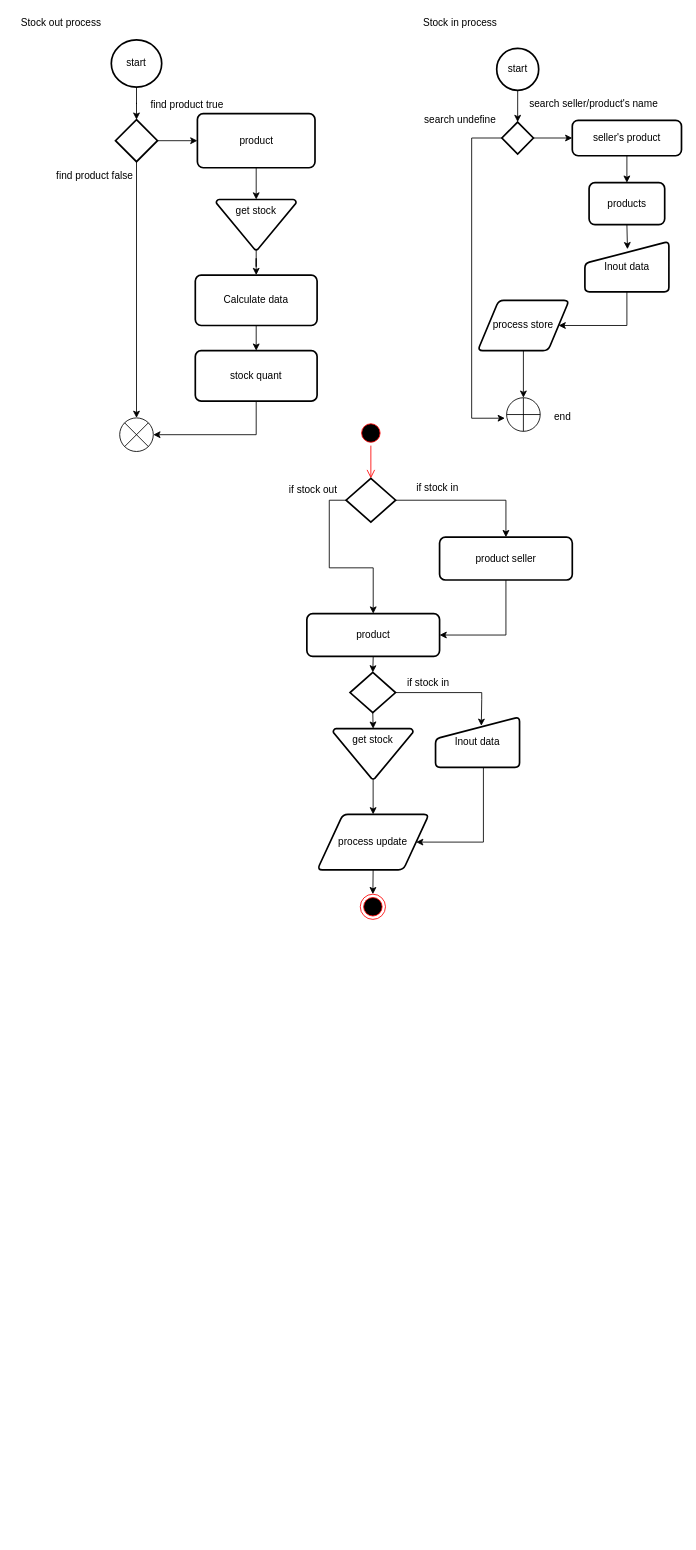
Above: page "Page-6" (6 of 6) of SeviceHandler.drawio in iphearum/Documents (draw.io), before the change. Source tidied: cells renumbered, new cells numbered last; positions are measured from the earlier drawing's top-left corner, leaving out a move shared by most shapes. Both pictures are drawn from the tidied source at 84%, with x=0, y=0 at pixel (14, 14).
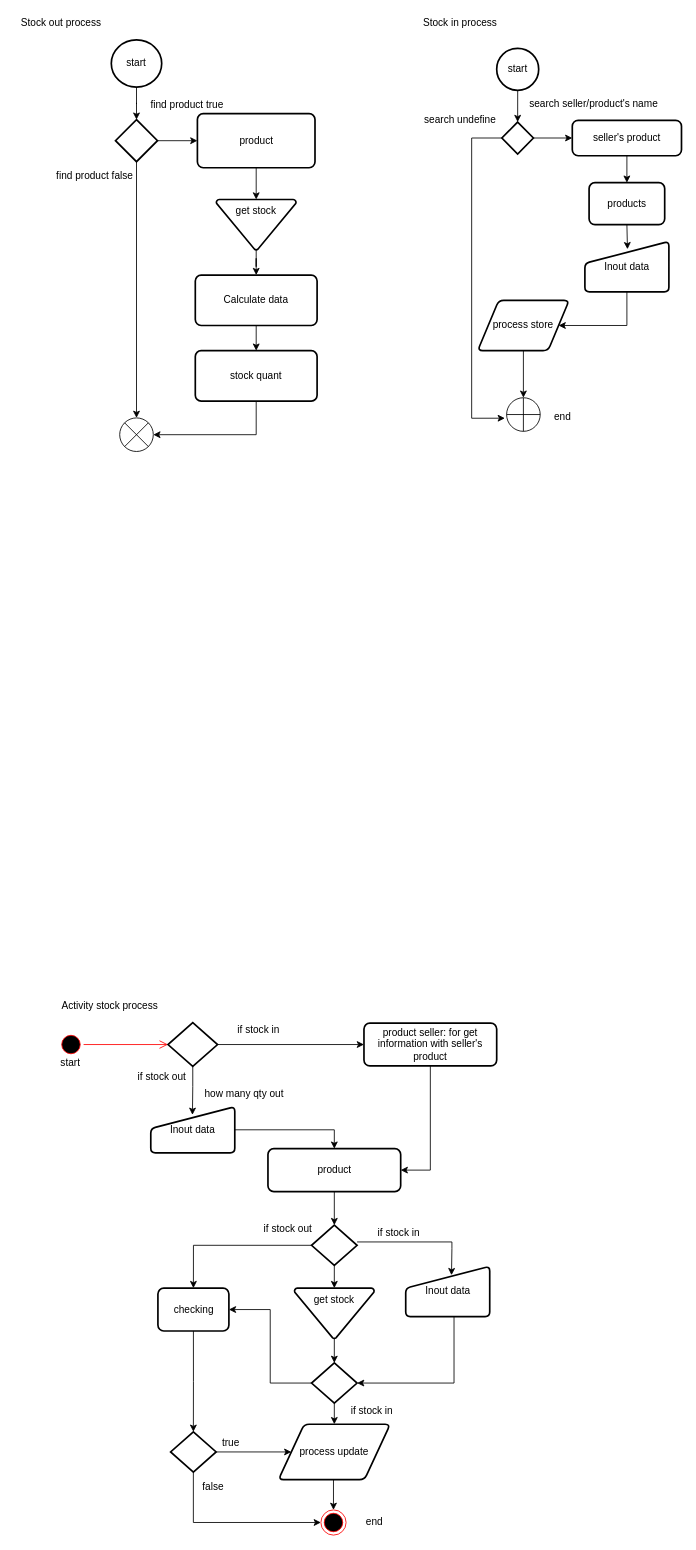
The same page after the edit.

Diff of the diagram source:
```diff
@@
     <mxCell id="37" style="ellipse;html=1;shape=startState;fillColor=#000000;strokeColor=#ff0000;" parent="1" vertex="1">
-      <mxGeometry x="409" y="483" width="30" height="30" as="geometry" />
+      <mxGeometry x="52" y="1211" width="30" height="30" as="geometry" />
     </mxCell>
-    <mxCell id="38" style="edgeStyle=orthogonalEdgeStyle;html=1;verticalAlign=bottom;endArrow=open;endSize=8;strokeColor=#ff0000;entryX=0.5;entryY=0;entryDx=0;entryDy=0;entryPerimeter=0;" parent="1" edge="1" source="37" target="41">
+    <mxCell id="38" style="edgeStyle=orthogonalEdgeStyle;html=1;verticalAlign=bottom;endArrow=open;endSize=8;strokeColor=#ff0000;entryX=0;entryY=0.5;entryDx=0;entryDy=0;entryPerimeter=0;" parent="1" edge="1" source="37" target="41">
       <mxGeometry relative="1" as="geometry" />
     </mxCell>
-    <mxCell id="39" style="edgeStyle=orthogonalEdgeStyle;rounded=0;jettySize=auto;html=1;" parent="1" edge="1" source="41" target="47">
+    <mxCell id="39" style="edgeStyle=orthogonalEdgeStyle;rounded=0;jettySize=auto;html=1;entryX=0;entryY=0.5;entryDx=0;entryDy=0;" parent="1" edge="1" source="41" target="47">
       <mxGeometry relative="1" as="geometry" />
     </mxCell>
-    <mxCell id="40" style="edgeStyle=orthogonalEdgeStyle;rounded=0;jettySize=auto;html=1;exitX=0;exitY=0.5;exitDx=0;exitDy=0;exitPerimeter=0;entryX=0.5;entryY=0;entryDx=0;entryDy=0;" parent="1" edge="1" source="41" target="43">
+    <mxCell id="40" style="edgeStyle=orthogonalEdgeStyle;rounded=0;jettySize=auto;html=1;exitX=0.5;exitY=1;exitDx=0;exitDy=0;exitPerimeter=0;entryX=0.496;entryY=0.176;entryDx=0;entryDy=0;entryPerimeter=0;" parent="1" edge="1" source="41" target="62">
       <mxGeometry relative="1" as="geometry" />
     </mxCell>
     <mxCell id="41" style="strokeWidth=2;html=1;shape=mxgraph.flowchart.decision;whiteSpace=wrap;" parent="1" vertex="1">
-      <mxGeometry x="394.5" y="552" width="59" height="52" as="geometry" />
+      <mxGeometry x="182.5" y="1200" width="59" height="52" as="geometry" />
     </mxCell>
@@
     <mxCell id="43" value="product" style="rounded=1;whiteSpace=wrap;html=1;absoluteArcSize=1;arcSize=14;strokeWidth=2;" parent="1" vertex="1">
-      <mxGeometry x="347.8" y="713" width="158" height="51" as="geometry" />
+      <mxGeometry x="301.5" y="1350" width="158" height="51" as="geometry" />
     </mxCell>
@@
     <mxCell id="45" value="process update" style="shape=parallelogram;html=1;strokeWidth=2;perimeter=parallelogramPerimeter;whiteSpace=wrap;rounded=1;arcSize=12;size=0.23;fontFamily=Helvetica;fontSize=12;fontColor=#000000;align=center;strokeColor=#000000;fillColor=#ffffff;" parent="1" vertex="1">
-      <mxGeometry x="360.2" y="952" width="133" height="66" as="geometry" />
+      <mxGeometry x="314" y="1678" width="133" height="66" as="geometry" />
     </mxCell>
@@
-    <mxCell id="47" value="product seller" style="rounded=1;whiteSpace=wrap;html=1;absoluteArcSize=1;arcSize=14;strokeWidth=2;" parent="1" vertex="1">
-      <mxGeometry x="505.8" y="622" width="158" height="51" as="geometry" />
+    <mxCell id="47" value="product seller: for get information with seller's product" style="rounded=1;whiteSpace=wrap;html=1;absoluteArcSize=1;arcSize=14;strokeWidth=2;" parent="1" vertex="1">
+      <mxGeometry x="415.8" y="1200.5" width="158" height="51" as="geometry" />
     </mxCell>
-    <mxCell id="48" style="edgeStyle=orthogonalEdgeStyle;rounded=0;jettySize=auto;html=1;exitX=0.5;exitY=1;exitDx=0;exitDy=0;exitPerimeter=0;entryX=0.5;entryY=0;entryDx=0;entryDy=0;" parent="1" edge="1" source="49" target="45">
-      <mxGeometry relative="1" as="geometry" />
-    </mxCell>
+    <mxCell id="59" style="edgeStyle=orthogonalEdgeStyle;rounded=0;jettySize=auto;html=1;exitX=0.5;exitY=1;exitDx=0;exitDy=0;exitPerimeter=0;entryX=0.5;entryY=0;entryDx=0;entryDy=0;entryPerimeter=0;" parent="1" edge="1" source="49" target="66">
+      <mxGeometry relative="1" as="geometry" />
+    </mxCell>
     <mxCell id="49" value="get stock" style="strokeWidth=2;html=1;shape=mxgraph.flowchart.merge_or_storage;whiteSpace=wrap;horizontal=1;verticalAlign=top;" parent="1" vertex="1">
-      <mxGeometry x="379.2" y="850" width="95" height="60" as="geometry" />
+      <mxGeometry x="333" y="1516" width="95" height="60" as="geometry" />
     </mxCell>
@@
     <mxCell id="51" style="edgeStyle=orthogonalEdgeStyle;rounded=0;jettySize=auto;html=1;entryX=0.545;entryY=0.176;entryDx=0;entryDy=0;entryPerimeter=0;" parent="1" edge="1" source="52" target="57">
       <mxGeometry relative="1" as="geometry">
         <Array as="points">
-          <mxPoint x="556" y="807" />
-          <mxPoint x="556" y="815" />
+          <mxPoint x="520.5" y="1461" />
+          <mxPoint x="520.5" y="1469" />
         </Array>
       </mxGeometry>
     </mxCell>
+    <mxCell id="60" style="edgeStyle=orthogonalEdgeStyle;rounded=0;jettySize=auto;html=1;entryX=0.5;entryY=0;entryDx=0;entryDy=0;" parent="1" edge="1" source="52" target="68">
+      <mxGeometry relative="1" as="geometry" />
+    </mxCell>
     <mxCell id="52" style="strokeWidth=2;html=1;shape=mxgraph.flowchart.decision;whiteSpace=wrap;" parent="1" vertex="1">
-      <mxGeometry x="399.2" y="783" width="54.2" height="48" as="geometry" />
+      <mxGeometry x="353.4" y="1441" width="54.2" height="48" as="geometry" />
     </mxCell>
     <mxCell id="53" value="if stock in" style="text;html=1;align=center;verticalAlign=middle;" parent="1" vertex="1">
-      <mxGeometry x="473" y="555" width="60" height="17" as="geometry" />
+      <mxGeometry x="260" y="1200" width="60" height="17" as="geometry" />
     </mxCell>
     <mxCell id="54" value="if stock in" style="text;html=1;align=center;verticalAlign=middle;" parent="1" vertex="1">
-      <mxGeometry x="462" y="787" width="60" height="17" as="geometry" />
+      <mxGeometry x="426.5" y="1441" width="60" height="17" as="geometry" />
     </mxCell>
     <mxCell id="55" value="if stock out" style="text;html=1;align=center;verticalAlign=middle;" parent="1" vertex="1">
-      <mxGeometry x="321" y="557" width="68" height="17" as="geometry" />
+      <mxGeometry x="141" y="1256" width="68" height="17" as="geometry" />
     </mxCell>
-    <mxCell id="56" style="edgeStyle=orthogonalEdgeStyle;rounded=0;jettySize=auto;html=1;entryX=1;entryY=0.5;entryDx=0;entryDy=0;" parent="1" edge="1" source="57" target="45">
+    <mxCell id="56" style="edgeStyle=orthogonalEdgeStyle;rounded=0;jettySize=auto;html=1;entryX=1;entryY=0.5;entryDx=0;entryDy=0;entryPerimeter=0;" parent="1" edge="1" source="57" target="66">
       <mxGeometry relative="1" as="geometry">
         <Array as="points">
-          <mxPoint x="558" y="985" />
+          <mxPoint x="523" y="1629" />
         </Array>
       </mxGeometry>
     </mxCell>
     <mxCell id="57" value="Inout data" style="html=1;strokeWidth=2;shape=manualInput;whiteSpace=wrap;rounded=1;size=26;arcSize=11;" parent="1" vertex="1">
-      <mxGeometry x="501" y="836" width="100" height="60" as="geometry" />
+      <mxGeometry x="465.5" y="1490" width="100" height="60" as="geometry" />
     </mxCell>
     <mxCell id="58" style="ellipse;html=1;shape=endState;fillColor=#000000;strokeColor=#ff0000;" parent="1" vertex="1">
-      <mxGeometry x="411.4" y="1047" width="30" height="30" as="geometry" />
+      <mxGeometry x="364.5" y="1780" width="30" height="30" as="geometry" />
     </mxCell>
+    <mxCell id="61" style="edgeStyle=orthogonalEdgeStyle;rounded=0;jettySize=auto;html=1;entryX=0.5;entryY=0;entryDx=0;entryDy=0;" parent="1" edge="1" source="62" target="43">
+      <mxGeometry relative="1" as="geometry" />
+    </mxCell>
+    <mxCell id="62" value="Inout data" style="html=1;strokeWidth=2;shape=manualInput;whiteSpace=wrap;rounded=1;size=26;arcSize=11;" parent="1" vertex="1">
+      <mxGeometry x="162" y="1300" width="100" height="55" as="geometry" />
+    </mxCell>
+    <mxCell id="63" value="how many qty out" style="text;html=1;align=center;verticalAlign=middle;" parent="1" vertex="1">
+      <mxGeometry x="220.8" y="1276" width="104" height="17" as="geometry" />
+    </mxCell>
+    <mxCell id="64" style="edgeStyle=orthogonalEdgeStyle;rounded=0;jettySize=auto;html=1;exitX=0;exitY=0.5;exitDx=0;exitDy=0;exitPerimeter=0;entryX=1;entryY=0.5;entryDx=0;entryDy=0;" parent="1" edge="1" source="66" target="68">
+      <mxGeometry relative="1" as="geometry" />
+    </mxCell>
+    <mxCell id="65" style="edgeStyle=orthogonalEdgeStyle;rounded=0;jettySize=auto;html=1;exitX=0.5;exitY=1;exitDx=0;exitDy=0;exitPerimeter=0;entryX=0.5;entryY=0;entryDx=0;entryDy=0;" parent="1" edge="1" source="66" target="45">
+      <mxGeometry relative="1" as="geometry" />
+    </mxCell>
+    <mxCell id="66" style="strokeWidth=2;html=1;shape=mxgraph.flowchart.decision;whiteSpace=wrap;" parent="1" vertex="1">
+      <mxGeometry x="353.4" y="1605" width="54.2" height="48" as="geometry" />
+    </mxCell>
+    <mxCell id="67" style="edgeStyle=orthogonalEdgeStyle;rounded=0;jettySize=auto;html=1;exitX=0.5;exitY=1;exitDx=0;exitDy=0;entryX=0;entryY=0.5;entryDx=0;entryDy=0;" parent="1" edge="1" source="70" target="58">
+      <mxGeometry relative="1" as="geometry" />
+    </mxCell>
+    <mxCell id="68" value="checking" style="rounded=1;whiteSpace=wrap;html=1;absoluteArcSize=1;arcSize=14;strokeWidth=2;" parent="1" vertex="1">
+      <mxGeometry x="170.5" y="1516" width="84.5" height="51" as="geometry" />
+    </mxCell>
+    <mxCell id="69" style="edgeStyle=orthogonalEdgeStyle;rounded=0;jettySize=auto;html=1;exitX=1;exitY=0.5;exitDx=0;exitDy=0;exitPerimeter=0;entryX=0;entryY=0.5;entryDx=0;entryDy=0;" parent="1" edge="1" source="70" target="45">
+      <mxGeometry relative="1" as="geometry" />
+    </mxCell>
+    <mxCell id="70" style="strokeWidth=2;html=1;shape=mxgraph.flowchart.decision;whiteSpace=wrap;" parent="1" vertex="1">
+      <mxGeometry x="185.6" y="1687" width="54.2" height="48" as="geometry" />
+    </mxCell>
+    <mxCell id="71" style="edgeStyle=orthogonalEdgeStyle;rounded=0;jettySize=auto;html=1;exitX=0.5;exitY=1;exitDx=0;exitDy=0;entryX=0.5;entryY=0;entryDx=0;entryDy=0;entryPerimeter=0;" parent="1" edge="1" source="68" target="70">
+      <mxGeometry relative="1" as="geometry" />
+    </mxCell>
+    <mxCell id="72" value="if stock in" style="text;html=1;align=center;verticalAlign=middle;" parent="1" vertex="1">
+      <mxGeometry x="394.5" y="1653" width="60" height="17" as="geometry" />
+    </mxCell>
+    <mxCell id="73" value="if stock out" style="text;html=1;align=center;verticalAlign=middle;" parent="1" vertex="1">
+      <mxGeometry x="291" y="1437" width="68" height="17" as="geometry" />
+    </mxCell>
+    <mxCell id="74" value="true" style="text;html=1;align=center;verticalAlign=middle;" parent="1" vertex="1">
+      <mxGeometry x="241.5" y="1692" width="31" height="17" as="geometry" />
+    </mxCell>
+    <mxCell id="75" value="false" style="text;html=1;align=center;verticalAlign=middle;" parent="1" vertex="1">
+      <mxGeometry x="217.5" y="1744" width="36" height="17" as="geometry" />
+    </mxCell>
+    <mxCell id="76" value="start" style="text;html=1;align=center;verticalAlign=middle;" parent="1" vertex="1">
+      <mxGeometry x="49" y="1239" width="33" height="17" as="geometry" />
+    </mxCell>
+    <mxCell id="77" value="end" style="text;html=1;align=center;verticalAlign=middle;" parent="1" vertex="1">
+      <mxGeometry x="412.5" y="1786.5" width="30" height="17" as="geometry" />
+    </mxCell>
+    <mxCell id="78" value="Activity stock process" style="text;html=1;align=center;verticalAlign=middle;" parent="1" vertex="1">
+      <mxGeometry x="51" y="1171" width="124" height="17" as="geometry" />
+    </mxCell>
```
